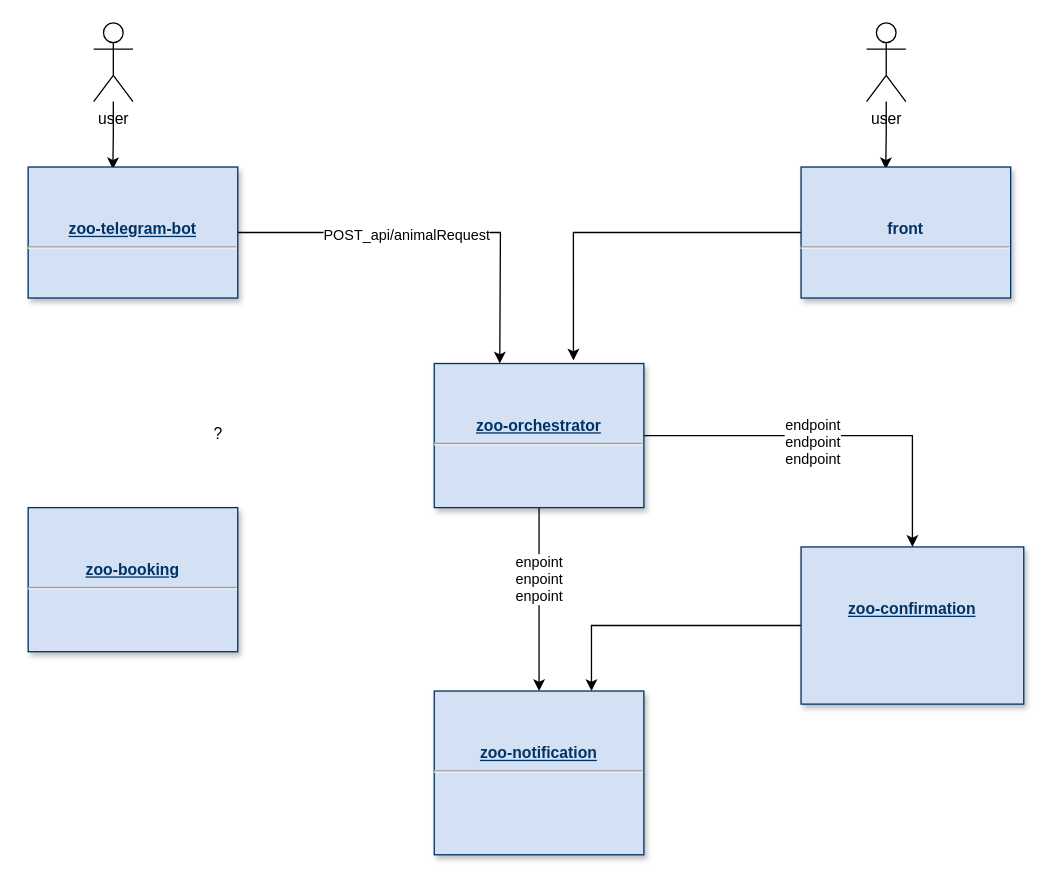
Earlier version of the draw.io diagram Untitled Diagram.drawio (nekromant322/zoo-orchestrator). Source tidied: cells renumbered, new cells numbered last; positions are measured from the earlier drawing's top-left corner, leaving out a move shared by most shapes. Both pictures are drawn from the tidied source at 131%, with x=0, y=0 at pixel (28, 22).
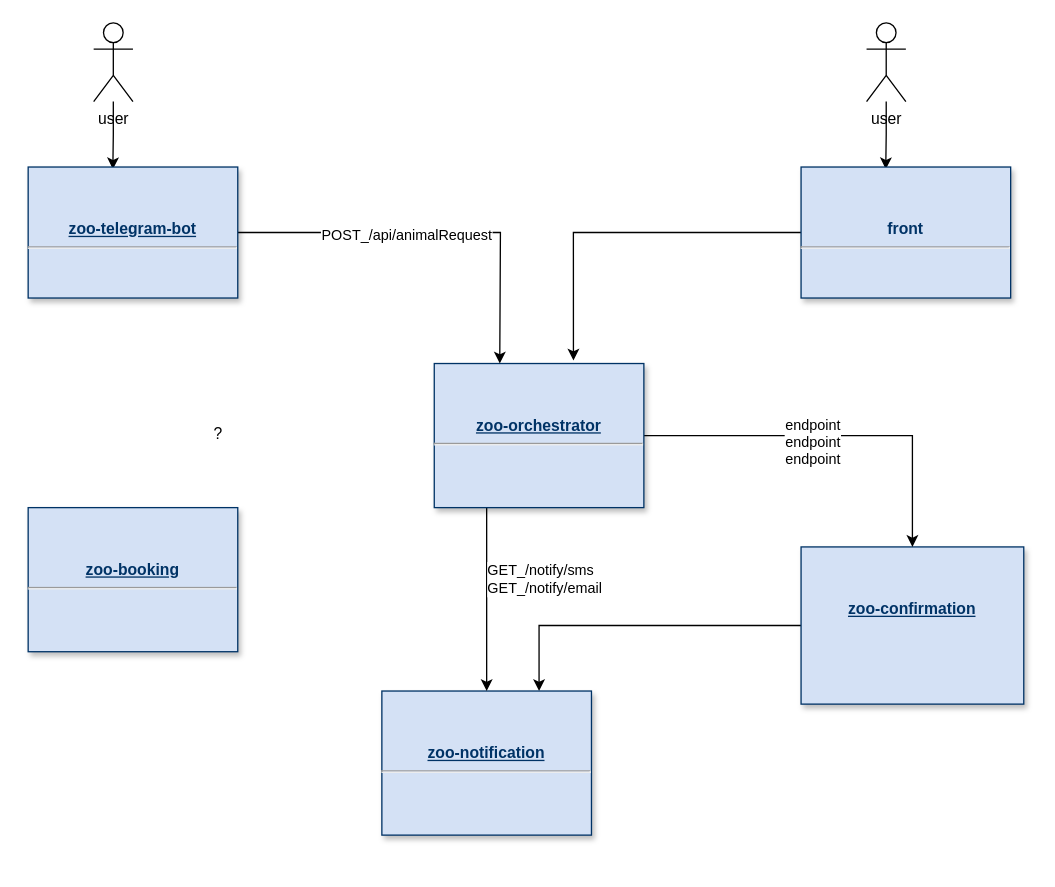
Above is the later version.

Unchanged cells that the change refers to:
```xml
<mxCell id="9" value="&lt;p style=&quot;margin: 0px ; margin-top: 4px ; text-align: center ; text-decoration: underline&quot;&gt;&lt;strong&gt;&lt;br&gt;&lt;/strong&gt;&lt;/p&gt;&lt;p style=&quot;margin: 0px ; margin-top: 4px ; text-align: center ; text-decoration: underline&quot;&gt;&lt;strong&gt;&lt;br&gt;&lt;/strong&gt;&lt;/p&gt;&lt;p style=&quot;margin: 0px ; margin-top: 4px ; text-align: center ; text-decoration: underline&quot;&gt;&lt;strong&gt;zoo-orchestrator&lt;/strong&gt;&lt;/p&gt;&lt;hr&gt;&lt;p style=&quot;margin: 0px ; margin-left: 8px&quot;&gt;&lt;br&gt;&lt;/p&gt;" style="verticalAlign=top;align=left;overflow=fill;fontSize=12;fontFamily=Helvetica;html=1;strokeColor=#003366;shadow=1;fillColor=#D4E1F5;fontColor=#003366;" parent="1" vertex="1">
  <mxGeometry x="310" y="260" width="160" height="110" as="geometry" />
</mxCell>
<mxCell id="12" style="edgeStyle=orthogonalEdgeStyle;rounded=0;jettySize=auto;html=1;" parent="1" edge="1" source="14">
  <mxGeometry relative="1" as="geometry">
    <mxPoint x="360" y="260" as="targetPoint" />
  </mxGeometry>
</mxCell>
```

The edit, as a diff of the source:
```diff
@@
     <mxCell id="4" value="&lt;p style=&quot;margin: 0px ; margin-top: 4px ; text-align: center ; text-decoration: underline&quot;&gt;&lt;b&gt;&lt;br&gt;&lt;/b&gt;&lt;/p&gt;&lt;p style=&quot;margin: 0px ; margin-top: 4px ; text-align: center ; text-decoration: underline&quot;&gt;&lt;b&gt;&lt;br&gt;&lt;/b&gt;&lt;/p&gt;&lt;p style=&quot;margin: 0px ; margin-top: 4px ; text-align: center ; text-decoration: underline&quot;&gt;&lt;b&gt;zoo-notification&lt;/b&gt;&lt;/p&gt;&lt;hr&gt;&lt;p style=&quot;margin: 0px ; margin-left: 8px&quot;&gt;&lt;br&gt;&lt;/p&gt;" style="verticalAlign=top;align=left;overflow=fill;fontSize=12;fontFamily=Helvetica;html=1;strokeColor=#003366;shadow=1;fillColor=#D4E1F5;fontColor=#003366;" parent="1" vertex="1">
-      <mxGeometry x="310" y="510" width="160" height="125" as="geometry" />
+      <mxGeometry x="270" y="510" width="160" height="110" as="geometry" />
     </mxCell>
     <mxCell id="5" style="edgeStyle=orthogonalEdgeStyle;rounded=0;jettySize=auto;html=1;entryX=0.5;entryY=0;entryDx=0;entryDy=0;" parent="1" edge="1" source="9" target="4">
-      <mxGeometry relative="1" as="geometry" />
+      <mxGeometry relative="1" as="geometry">
+        <Array as="points">
+          <mxPoint x="350" y="470" />
+          <mxPoint x="350" y="470" />
+        </Array>
+      </mxGeometry>
     </mxCell>
-    <mxCell id="6" value="enpoint&lt;br&gt;enpoint&lt;br&gt;enpoint" style="edgeLabel;html=1;align=center;verticalAlign=middle;" parent="5" vertex="1">
+    <mxCell id="6" value="GET_/notify/sms&lt;br&gt;GET_/notify/email" style="edgeLabel;html=1;align=left;verticalAlign=middle;" parent="5" vertex="1">
       <mxGeometry x="-0.23" y="-1" relative="1" as="geometry" />
     </mxCell>
@@
-    <mxCell id="13" value="POST_api/animalRequest" style="edgeLabel;html=1;align=center;verticalAlign=middle;" parent="12" vertex="1">
+    <mxCell id="13" value="POST_/api/animalRequest" style="edgeLabel;html=1;align=center;verticalAlign=middle;" parent="12" vertex="1">
       <mxGeometry x="-0.15" y="-1" relative="1" as="geometry" />
     </mxCell>
```
